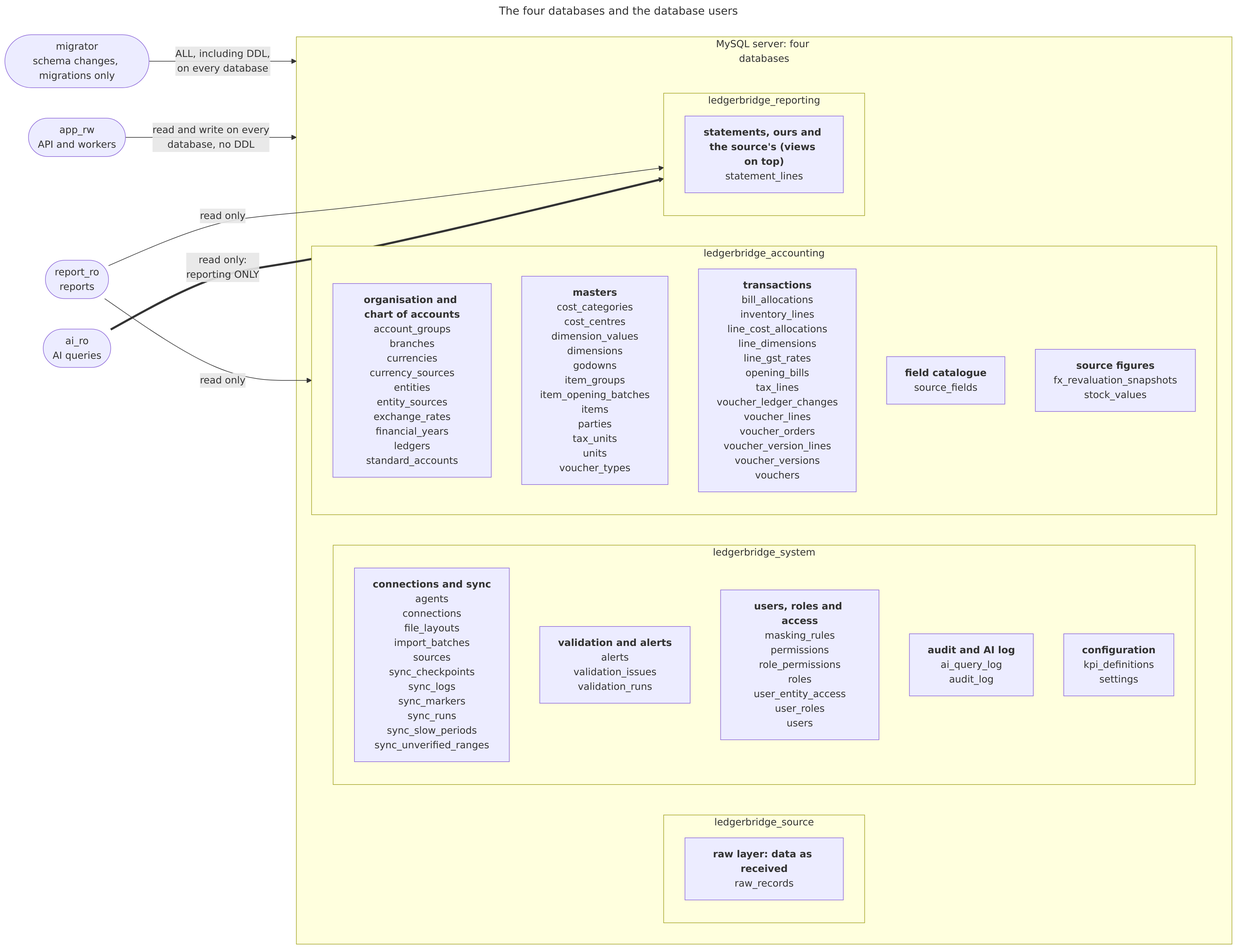
This is docs/diagrams/schema-databases.png from empirical-logic-2026/ledgerbridge, a Mermaid export, as it was before one commit. Its source is kept beside it as docs/diagrams/schema-databases.mmd.
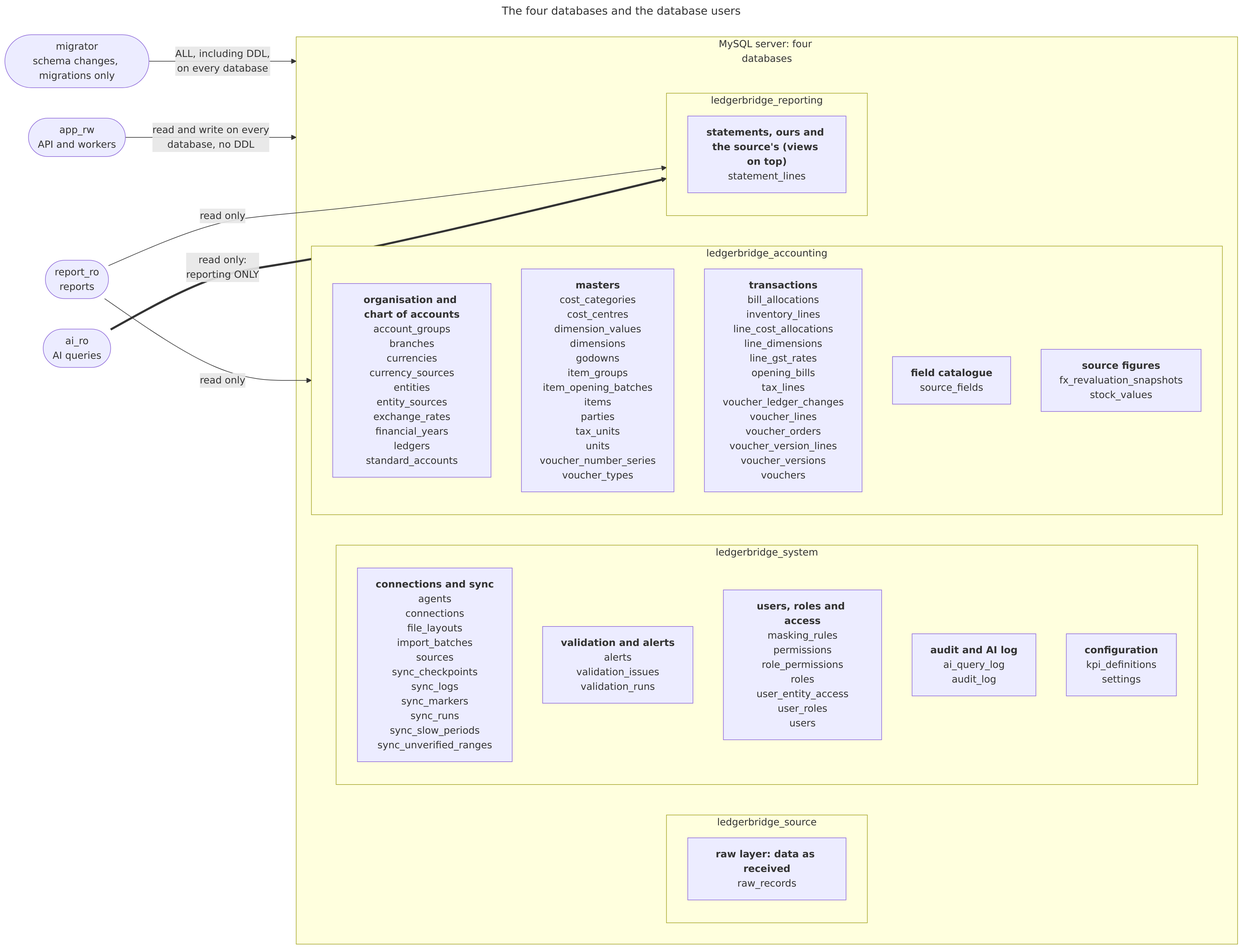
Above is the later version.

What changed in the source:
```diff
@@ -20,7 +20,7 @@
     end
     subgraph ledgerbridge_accounting["ledgerbridge_accounting"]
         ledgerbridge_accounting_1["<b>organisation and chart of accounts</b><br/>account_groups<br/>branches<br/>currencies<br/>currency_sources<br/>entities<br/>entity_sources<br/>exchange_rates<br/>financial_years<br/>ledgers<br/>standard_accounts"]
-        ledgerbridge_accounting_2["<b>masters</b><br/>cost_categories<br/>cost_centres<br/>dimension_values<br/>dimensions<br/>godowns<br/>item_groups<br/>item_opening_batches<br/>items<br/>parties<br/>tax_units<br/>units<br/>voucher_types"]
+        ledgerbridge_accounting_2["<b>masters</b><br/>cost_categories<br/>cost_centres<br/>dimension_values<br/>dimensions<br/>godowns<br/>item_groups<br/>item_opening_batches<br/>items<br/>parties<br/>tax_units<br/>units<br/>voucher_number_series<br/>voucher_types"]
         ledgerbridge_accounting_3["<b>transactions</b><br/>bill_allocations<br/>inventory_lines<br/>line_cost_allocations<br/>line_dimensions<br/>line_gst_rates<br/>opening_bills<br/>tax_lines<br/>voucher_ledger_changes<br/>voucher_lines<br/>voucher_orders<br/>voucher_version_lines<br/>voucher_versions<br/>vouchers"]
         ledgerbridge_accounting_4["<b>field catalogue</b><br/>source_fields"]
         ledgerbridge_accounting_5["<b>source figures</b><br/>fx_revaluation_snapshots<br/>stock_values"]
```
